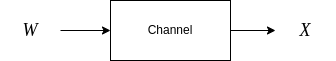
joan-s/n-grams keeps this draw.io diagram as channel_noise.drawio.png. Above is the earlier version. Source tidied: cells renumbered, new cells last; positions are measured from the earlier drawing's top-left corner, leaving out a move shared by most shapes. The source it was exported from:
```xml
<mxGraphModel>
  <root>
    <mxCell id="0" />
    <mxCell id="1" parent="0" />
    <mxCell id="2" style="edgeStyle=orthogonalEdgeStyle;rounded=0;jettySize=auto;html=1;fontFamily=Times New Roman;fontSize=18;" parent="1" edge="1" source="3" target="6">
      <mxGeometry relative="1" as="geometry" />
    </mxCell>
    <mxCell id="3" value="Channel" style="rounded=0;whiteSpace=wrap;html=1;" parent="1" vertex="1">
      <mxGeometry x="110" width="120" height="60" as="geometry" />
    </mxCell>
    <mxCell id="4" style="edgeStyle=orthogonalEdgeStyle;rounded=0;jettySize=auto;html=1;" parent="1" edge="1" source="5" target="3">
      <mxGeometry relative="1" as="geometry" />
    </mxCell>
    <mxCell id="5" value="&lt;font style=&quot;font-size: 18px;&quot; face=&quot;Times New Roman&quot;&gt;&lt;i&gt;W&lt;/i&gt;&lt;/font&gt;" style="text;html=1;strokeColor=none;fillColor=none;align=center;verticalAlign=middle;whiteSpace=wrap;rounded=0;" parent="1" vertex="1">
      <mxGeometry y="15" width="60" height="30" as="geometry" />
    </mxCell>
    <mxCell id="6" value="&lt;font style=&quot;font-size: 18px;&quot; face=&quot;Times New Roman&quot;&gt;&lt;i&gt;X&lt;/i&gt;&lt;/font&gt;" style="text;html=1;strokeColor=none;fillColor=none;align=center;verticalAlign=middle;whiteSpace=wrap;rounded=0;" parent="1" vertex="1">
      <mxGeometry x="275" y="15" width="60" height="30" as="geometry" />
    </mxCell>
  </root>
</mxGraphModel>
```
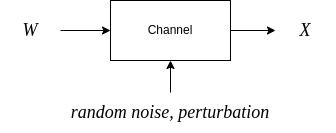
Above is the later version.

Change to the diagram source:
```diff
@@ -17,5 +17,11 @@
     <mxCell id="6" value="&lt;font style=&quot;font-size: 18px;&quot; face=&quot;Times New Roman&quot;&gt;&lt;i&gt;X&lt;/i&gt;&lt;/font&gt;" style="text;html=1;strokeColor=none;fillColor=none;align=center;verticalAlign=middle;whiteSpace=wrap;rounded=0;" parent="1" vertex="1">
       <mxGeometry x="275" y="15" width="60" height="30" as="geometry" />
     </mxCell>
+    <mxCell id="7" style="edgeStyle=orthogonalEdgeStyle;rounded=0;jettySize=auto;html=1;" parent="1" edge="1" source="8" target="3">
+      <mxGeometry relative="1" as="geometry" />
+    </mxCell>
+    <mxCell id="8" value="&lt;font style=&quot;font-size: 18px;&quot; face=&quot;Times New Roman&quot;&gt;&lt;i&gt;random noise, perturbation&lt;/i&gt;&lt;/font&gt;" style="text;html=1;strokeColor=none;fillColor=none;align=center;verticalAlign=middle;whiteSpace=wrap;rounded=0;" parent="1" vertex="1">
+      <mxGeometry x="63" y="92" width="214" height="40" as="geometry" />
+    </mxCell>
   </root>
 </mxGraphModel>
```
